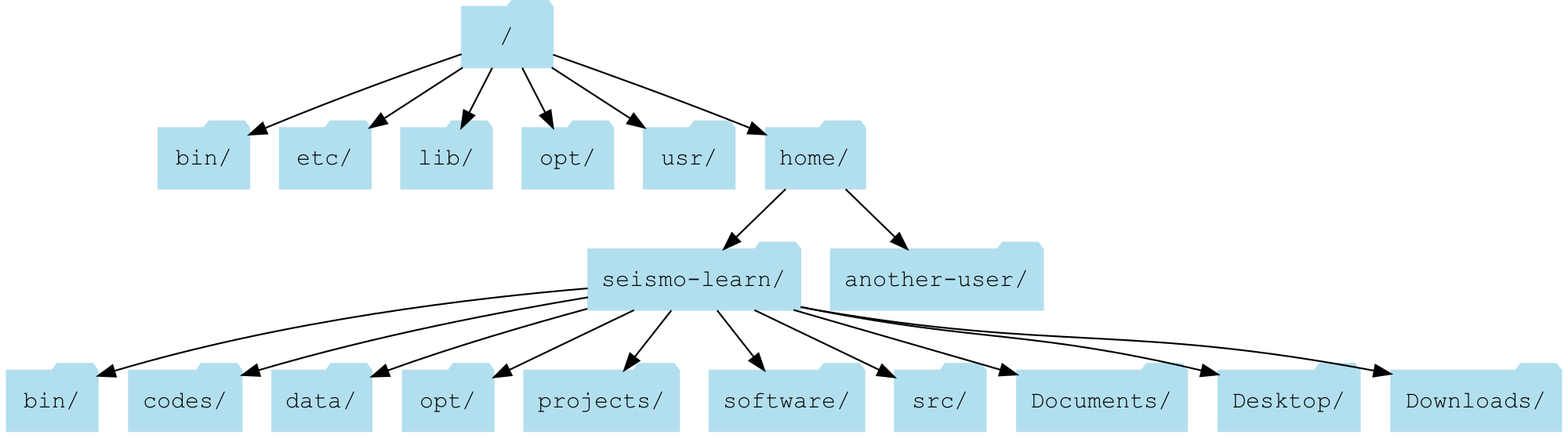
This is source/computer/linux-file-system-tree.png from seismo-learn/seismology101, a Graphviz export, as it was before one commit. Its source is kept beside it as source/computer/linux-file-system-tree.dot.
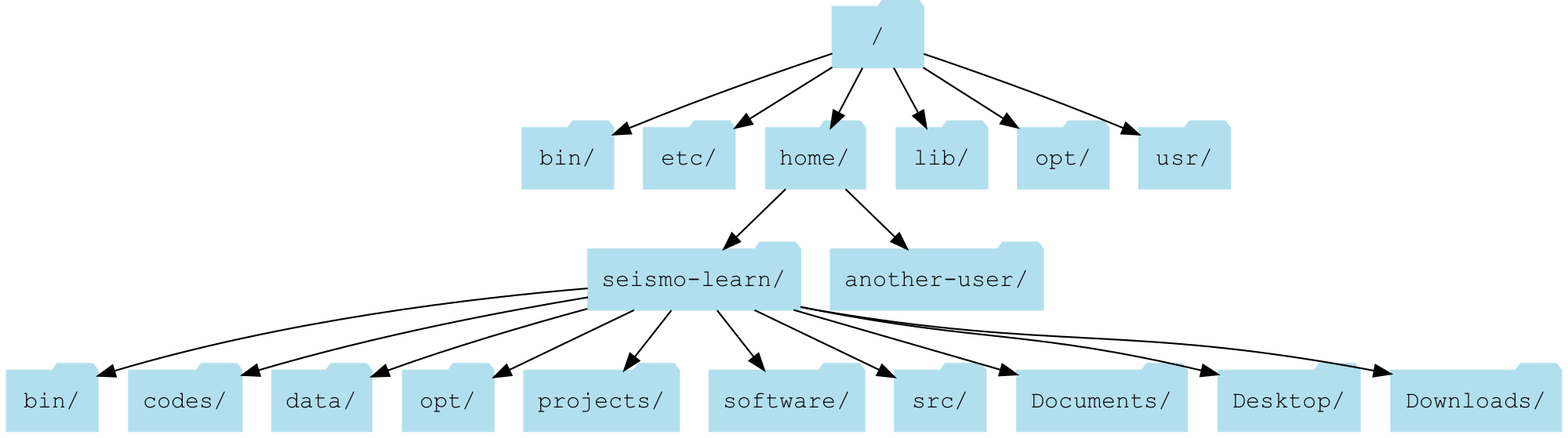
The same diagram one commit later.

Diff of the diagram source:
```diff
@@ -5,10 +5,10 @@
     # connections
     "/" -> "bin/";
     "/" -> "etc/"
+    "/" -> "home/";
     "/" -> "lib/";
     "/" -> "opt/";
     "/" -> "usr/";
-    "/" -> "home/";
     "home/" -> "seismo-learn/";
     "home/" -> "another-user/";
     "seismo-learn/" -> "~/bin/";
```
